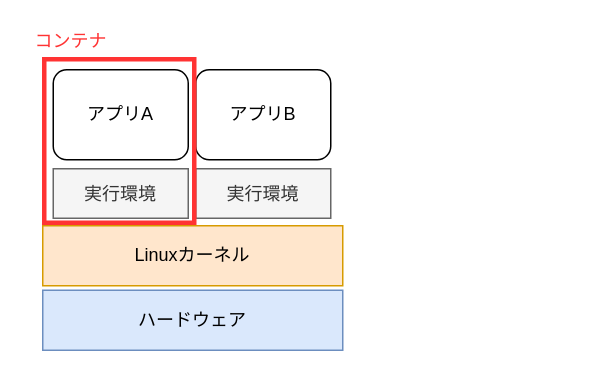
Earlier version of the draw.io diagram create_container.drawio (tnaka986/work-container). Source tidied: cells renumbered, new cells numbered last; positions are measured from the earlier drawing's top-left corner, leaving out a move shared by most shapes. Both pictures are drawn from the tidied source at 150%, with x=0, y=0 at pixel (26, 26).
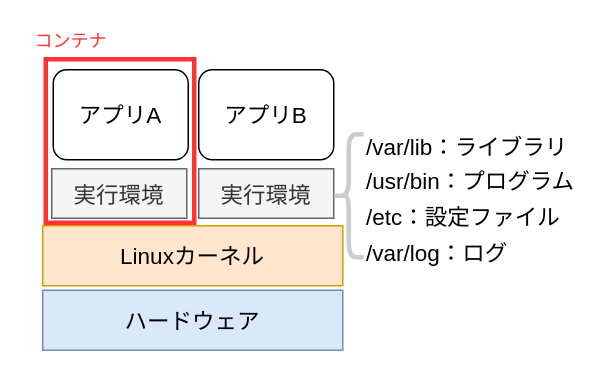
The same diagram, later.

Commit message (it also covers changes not shown here):
create_container.drawio を更新します

Diff of the diagram source:
```diff
@@
 <mxGraphModel>
   <root>
     <mxCell id="0" />
     <mxCell id="1" parent="0" />
+    <mxCell id="8" style="rounded=0;whiteSpace=wrap;html=1;fillColor=none;strokeWidth=3;strokeColor=#FF3333;" parent="1" vertex="1">
+      <mxGeometry x="13" y="22" width="99" height="109" as="geometry" />
+    </mxCell>
-    <mxCell id="2" value="ハードウェア" style="rounded=0;whiteSpace=wrap;html=1;fillColor=#dae8fc;strokeColor=#6c8ebf;" parent="1" vertex="1">
+    <mxCell id="2" value="ハードウェア" style="rounded=0;whiteSpace=wrap;html=1;fillColor=#dae8fc;strokeColor=#6c8ebf;fontSize=15;" parent="1" vertex="1">
       <mxGeometry x="11" y="176" width="200" height="40" as="geometry" />
     </mxCell>
-    <mxCell id="3" value="Linuxカーネル" style="rounded=0;whiteSpace=wrap;html=1;fillColor=#ffe6cc;strokeColor=#d79b00;" parent="1" vertex="1">
+    <mxCell id="3" value="Linuxカーネル" style="rounded=0;whiteSpace=wrap;html=1;fillColor=#ffe6cc;strokeColor=#d79b00;fontSize=15;" parent="1" vertex="1">
       <mxGeometry x="11" y="133" width="200" height="40" as="geometry" />
     </mxCell>
-    <mxCell id="4" value="実行環境" style="rounded=0;whiteSpace=wrap;html=1;fillColor=#f5f5f5;strokeColor=#666666;fontColor=#333333;" parent="1" vertex="1">
-      <mxGeometry x="18" y="95" width="90" height="33" as="geometry" />
+    <mxCell id="4" value="実行環境" style="rounded=0;whiteSpace=wrap;html=1;fillColor=#f5f5f5;strokeColor=#666666;fontColor=#333333;fontSize=15;" parent="1" vertex="1">
+      <mxGeometry x="17" y="95" width="90" height="33" as="geometry" />
     </mxCell>
-    <mxCell id="5" value="実行環境" style="rounded=0;whiteSpace=wrap;html=1;fillColor=#f5f5f5;strokeColor=#666666;fontColor=#333333;" parent="1" vertex="1">
-      <mxGeometry x="113" y="95" width="90" height="33" as="geometry" />
+    <mxCell id="5" value="実行環境" style="rounded=0;whiteSpace=wrap;html=1;fillColor=#f5f5f5;strokeColor=#666666;fontColor=#333333;fontSize=15;" parent="1" vertex="1">
+      <mxGeometry x="115" y="95" width="90" height="33" as="geometry" />
     </mxCell>
-    <mxCell id="6" value="アプリA" style="rounded=1;whiteSpace=wrap;html=1;fillColor=#ffffff;" parent="1" vertex="1">
+    <mxCell id="6" value="アプリA" style="rounded=1;whiteSpace=wrap;html=1;fillColor=#ffffff;fontSize=15;" parent="1" vertex="1">
       <mxGeometry x="18" y="29" width="90" height="60" as="geometry" />
     </mxCell>
-    <mxCell id="7" value="アプリB" style="rounded=1;whiteSpace=wrap;html=1;fillColor=#ffffff;" parent="1" vertex="1">
-      <mxGeometry x="113" y="29" width="90" height="60" as="geometry" />
+    <mxCell id="7" value="アプリB" style="rounded=1;whiteSpace=wrap;html=1;fillColor=#ffffff;fontSize=15;" parent="1" vertex="1">
+      <mxGeometry x="115" y="29" width="90" height="60" as="geometry" />
     </mxCell>
-    <mxCell id="8" style="rounded=0;whiteSpace=wrap;html=1;fillColor=none;strokeWidth=3;strokeColor=#FF3333;" parent="1" vertex="1">
-      <mxGeometry x="12" y="22" width="100" height="109" as="geometry" />
-    </mxCell>
     <mxCell id="9" value="コンテナ" style="text;html=1;strokeColor=none;fillColor=none;align=center;verticalAlign=middle;whiteSpace=wrap;rounded=0;fontColor=#FF3333;" parent="1" vertex="1">
       <mxGeometry width="60" height="20" as="geometry" />
     </mxCell>
+    <mxCell id="10" style="shape=curlyBracket;whiteSpace=wrap;html=1;rounded=1;strokeColor=#CCCCCC;strokeWidth=3;fillColor=none;fontColor=#FF3333;" parent="1" vertex="1">
+      <mxGeometry x="205" y="72" width="20" height="82" as="geometry" />
+    </mxCell>
+    <mxCell id="11" value="&lt;font style=&quot;font-size: 15px&quot;&gt;/var/lib：ライブラリ&lt;/font&gt;" style="text;html=1;strokeColor=none;fillColor=none;align=left;verticalAlign=middle;whiteSpace=wrap;rounded=0;fontColor=#000000;fontSize=15;" parent="1" vertex="1">
+      <mxGeometry x="225" y="65" width="146" height="30" as="geometry" />
+    </mxCell>
+    <mxCell id="12" value="&lt;font style=&quot;font-size: 15px&quot;&gt;/usr/bin：プログラム&lt;/font&gt;" style="text;html=1;strokeColor=none;fillColor=none;align=left;verticalAlign=middle;whiteSpace=wrap;rounded=0;fontColor=#000000;fontSize=15;" parent="1" vertex="1">
+      <mxGeometry x="225" y="88" width="146" height="30" as="geometry" />
+    </mxCell>
+    <mxCell id="13" value="&lt;font style=&quot;font-size: 15px&quot;&gt;/etc：設定ファイル&lt;/font&gt;" style="text;html=1;strokeColor=none;fillColor=none;align=left;verticalAlign=middle;whiteSpace=wrap;rounded=0;fontColor=#000000;fontSize=15;" parent="1" vertex="1">
+      <mxGeometry x="225" y="112" width="136" height="30" as="geometry" />
+    </mxCell>
+    <mxCell id="14" value="&lt;font style=&quot;font-size: 15px&quot;&gt;/var/log：ログ&lt;/font&gt;" style="text;html=1;strokeColor=none;fillColor=none;align=left;verticalAlign=middle;whiteSpace=wrap;rounded=0;fontColor=#000000;fontSize=15;" parent="1" vertex="1">
+      <mxGeometry x="225" y="136" width="106" height="30" as="geometry" />
+    </mxCell>
   </root>
 </mxGraphModel>
```
